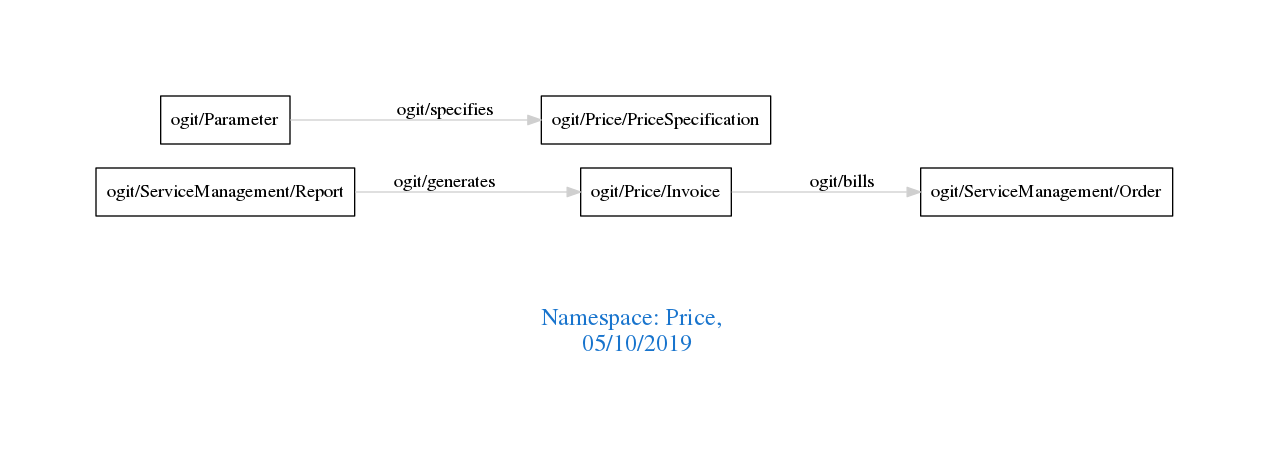
This is downloads/Price.png from arago/OGIT, a Graphviz export, as it was before one commit. Its source is kept beside it as downloads/Price.dot.
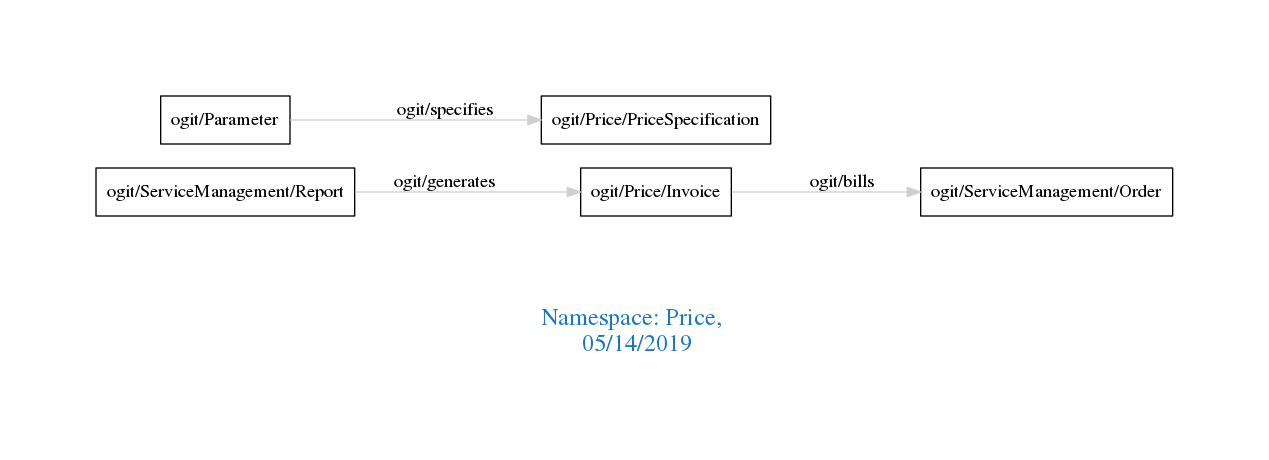
The same file after the commit.

Diff of the diagram source:
```diff
@@ -1,7 +1,7 @@
 digraph OGIT_ontology {
  graph [ rankdir= LR,pad=1
 fontsize = 18,
-fontcolor= dodgerblue3,label = "\n\n\nNamespace: Price, \n 05/10/2019"];
+fontcolor= dodgerblue3,label = "\n\n\nNamespace: Price, \n 05/14/2019"];
 node[shape=polygon];
 edge [  color="gray81"];
 
```
